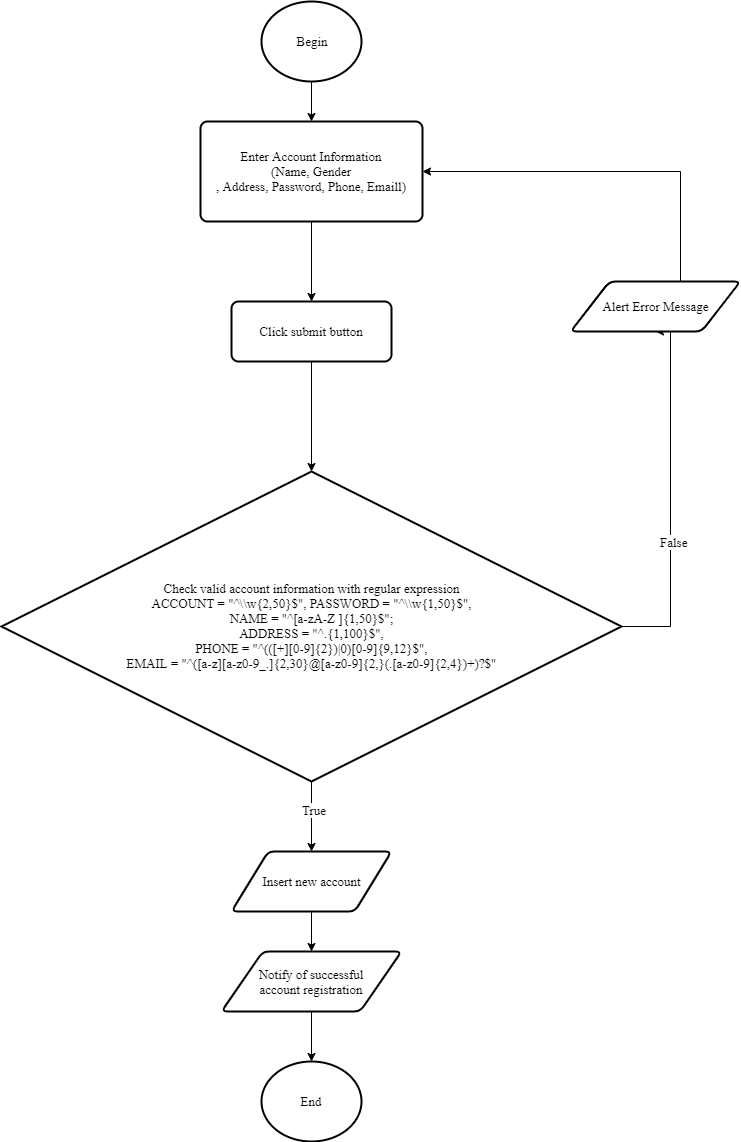
Before: document/diagram image/register.png, a diagram exported from draw.io (daomtthuan/do-an). Source tidied: cells renumbered, new cells last; positions are measured from the earlier drawing's top-left corner, leaving out a move shared by most shapes.
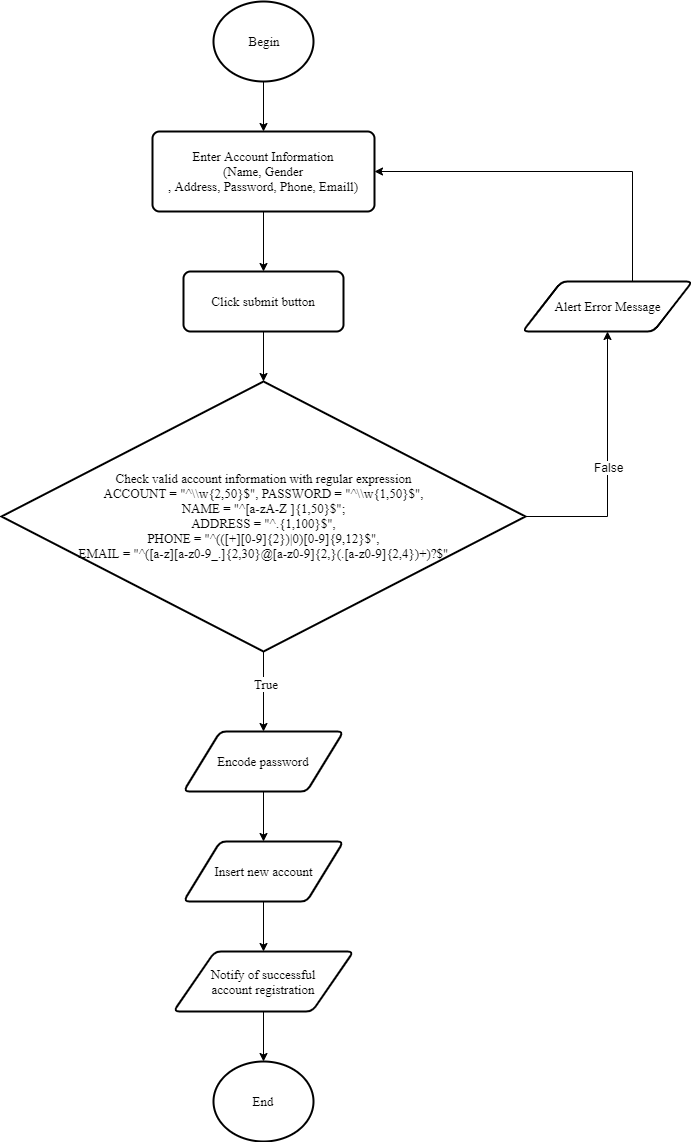
Later version of the same file.

Diff of the diagram source:
```diff
@@ -12,27 +12,22 @@
       <mxGeometry relative="1" as="geometry" />
     </mxCell>
     <mxCell id="5" value="Enter Account Information&lt;br&gt;(Name, Gender&lt;br&gt;, Address, Password, Phone, Emaill)" style="rounded=1;whiteSpace=wrap;html=1;absoluteArcSize=1;arcSize=14;strokeWidth=2;fontSize=13;fontFamily=Times New Roman;" parent="1" vertex="1">
-      <mxGeometry x="199" y="120" width="222" height="100" as="geometry" />
+      <mxGeometry x="199" y="130" width="222" height="80" as="geometry" />
     </mxCell>
+    <mxCell id="8" style="edgeStyle=orthogonalEdgeStyle;rounded=0;jettySize=auto;html=1;fontSize=13;fontFamily=Times New Roman;entryX=0.5;entryY=0;entryDx=0;entryDy=0;" parent="1" edge="1" source="10" target="21">
+      <mxGeometry relative="1" as="geometry" />
+    </mxCell>
+    <mxCell id="9" value="True" style="text;html=1;align=center;verticalAlign=middle;labelBackgroundColor=#ffffff;fontSize=13;fontFamily=Times New Roman;" parent="8" vertex="1">
+      <mxGeometry x="-0.21" y="2" relative="1" as="geometry" />
+    </mxCell>
-    <mxCell id="6" style="edgeStyle=orthogonalEdgeStyle;rounded=0;jettySize=auto;html=1;entryX=0.5;entryY=1;entryDx=0;entryDy=0;fontSize=13;fontFamily=Times New Roman;" parent="1" edge="1" source="10" target="12">
-      <mxGeometry relative="1" as="geometry">
-        <Array as="points">
-          <mxPoint x="669" y="625" />
-          <mxPoint x="669" y="330" />
-        </Array>
-      </mxGeometry>
+    <mxCell id="6" style="edgeStyle=orthogonalEdgeStyle;rounded=0;jettySize=auto;html=1;exitX=1;exitY=0.5;exitDx=0;exitDy=0;exitPerimeter=0;entryX=0.5;entryY=1;entryDx=0;entryDy=0;" parent="1" edge="1" source="10" target="12">
+      <mxGeometry relative="1" as="geometry" />
     </mxCell>
-    <mxCell id="7" value="False" style="text;html=1;align=center;verticalAlign=middle;labelBackgroundColor=#ffffff;fontSize=13;fontFamily=Times New Roman;" parent="6" vertex="1">
-      <mxGeometry x="-0.25" y="-3" relative="1" as="geometry" />
+    <mxCell id="7" value="False" style="text;html=1;align=center;verticalAlign=middle;labelBackgroundColor=#ffffff;" parent="6" vertex="1">
+      <mxGeometry x="-0.01" y="-1" relative="1" as="geometry" />
     </mxCell>
-    <mxCell id="8" style="edgeStyle=orthogonalEdgeStyle;rounded=0;jettySize=auto;html=1;fontSize=13;fontFamily=Times New Roman;" parent="1" edge="1" source="10" target="14">
-      <mxGeometry relative="1" as="geometry" />
-    </mxCell>
-    <mxCell id="9" value="True" style="text;html=1;align=center;verticalAlign=middle;labelBackgroundColor=#ffffff;fontSize=13;fontFamily=Times New Roman;" parent="8" vertex="1">
-      <mxGeometry x="-0.21" y="2" relative="1" as="geometry" />
-    </mxCell>
     <mxCell id="10" value="Check valid account information with&amp;nbsp;regular expression&lt;br&gt;ACCOUNT = &quot;^\\w{2,50}$&quot;, PASSWORD = &quot;^\\w{1,50}$&quot;,&lt;br&gt;&lt;span&gt;NAME = &quot;^[a-zA-Z ]{1,50}$&quot;;&lt;br&gt;ADDRESS = &quot;^.{1,100}$&quot;,&lt;br&gt;PHONE = &quot;^(([+][0-9]{2})|0)[0-9]{9,12}$&quot;,&lt;br&gt;EMAIL = &quot;^([a-z][a-z0-9_.]{2,30}@[a-z0-9]{2,}(.[a-z0-9]{2,4})+)?$&quot;&lt;br&gt;&lt;/span&gt;" style="strokeWidth=2;html=1;shape=mxgraph.flowchart.decision;whiteSpace=wrap;fontSize=13;fontFamily=Times New Roman;" parent="1" vertex="1">
-      <mxGeometry y="470" width="620" height="310" as="geometry" />
+      <mxGeometry x="48" y="380" width="524" height="270" as="geometry" />
     </mxCell>
     <mxCell id="11" style="edgeStyle=orthogonalEdgeStyle;rounded=0;jettySize=auto;html=1;fontSize=13;fontFamily=Times New Roman;" parent="1" edge="1" source="12" target="5">
       <mxGeometry relative="1" as="geometry">
@@ -48,7 +43,7 @@
       <mxGeometry relative="1" as="geometry" />
     </mxCell>
     <mxCell id="14" value="Insert new account" style="shape=parallelogram;html=1;strokeWidth=2;perimeter=parallelogramPerimeter;whiteSpace=wrap;rounded=1;arcSize=12;size=0.23;fontSize=13;fontFamily=Times New Roman;" parent="1" vertex="1">
-      <mxGeometry x="230" y="850" width="160" height="60" as="geometry" />
+      <mxGeometry x="230" y="840" width="160" height="60" as="geometry" />
     </mxCell>
     <mxCell id="15" style="edgeStyle=orthogonalEdgeStyle;rounded=0;jettySize=auto;html=1;fontSize=13;fontFamily=Times New Roman;" parent="1" edge="1" source="16" target="17">
       <mxGeometry relative="1" as="geometry" />
@@ -63,7 +58,13 @@
       <mxGeometry relative="1" as="geometry" />
     </mxCell>
     <mxCell id="19" value="Click submit button" style="rounded=1;whiteSpace=wrap;html=1;absoluteArcSize=1;arcSize=14;strokeWidth=2;fontSize=13;fontFamily=Times New Roman;" parent="1" vertex="1">
-      <mxGeometry x="230" y="300" width="160" height="60" as="geometry" />
+      <mxGeometry x="230" y="270" width="160" height="60" as="geometry" />
     </mxCell>
+    <mxCell id="20" style="edgeStyle=orthogonalEdgeStyle;rounded=0;jettySize=auto;html=1;" parent="1" edge="1" source="21" target="14">
+      <mxGeometry relative="1" as="geometry" />
+    </mxCell>
+    <mxCell id="21" value="&lt;font face=&quot;Times New Roman&quot; style=&quot;font-size: 13px&quot;&gt;Encode password&lt;/font&gt;" style="shape=parallelogram;html=1;strokeWidth=2;perimeter=parallelogramPerimeter;whiteSpace=wrap;rounded=1;arcSize=12;size=0.23;" parent="1" vertex="1">
+      <mxGeometry x="230" y="730" width="160" height="60" as="geometry" />
+    </mxCell>
   </root>
 </mxGraphModel>
```
